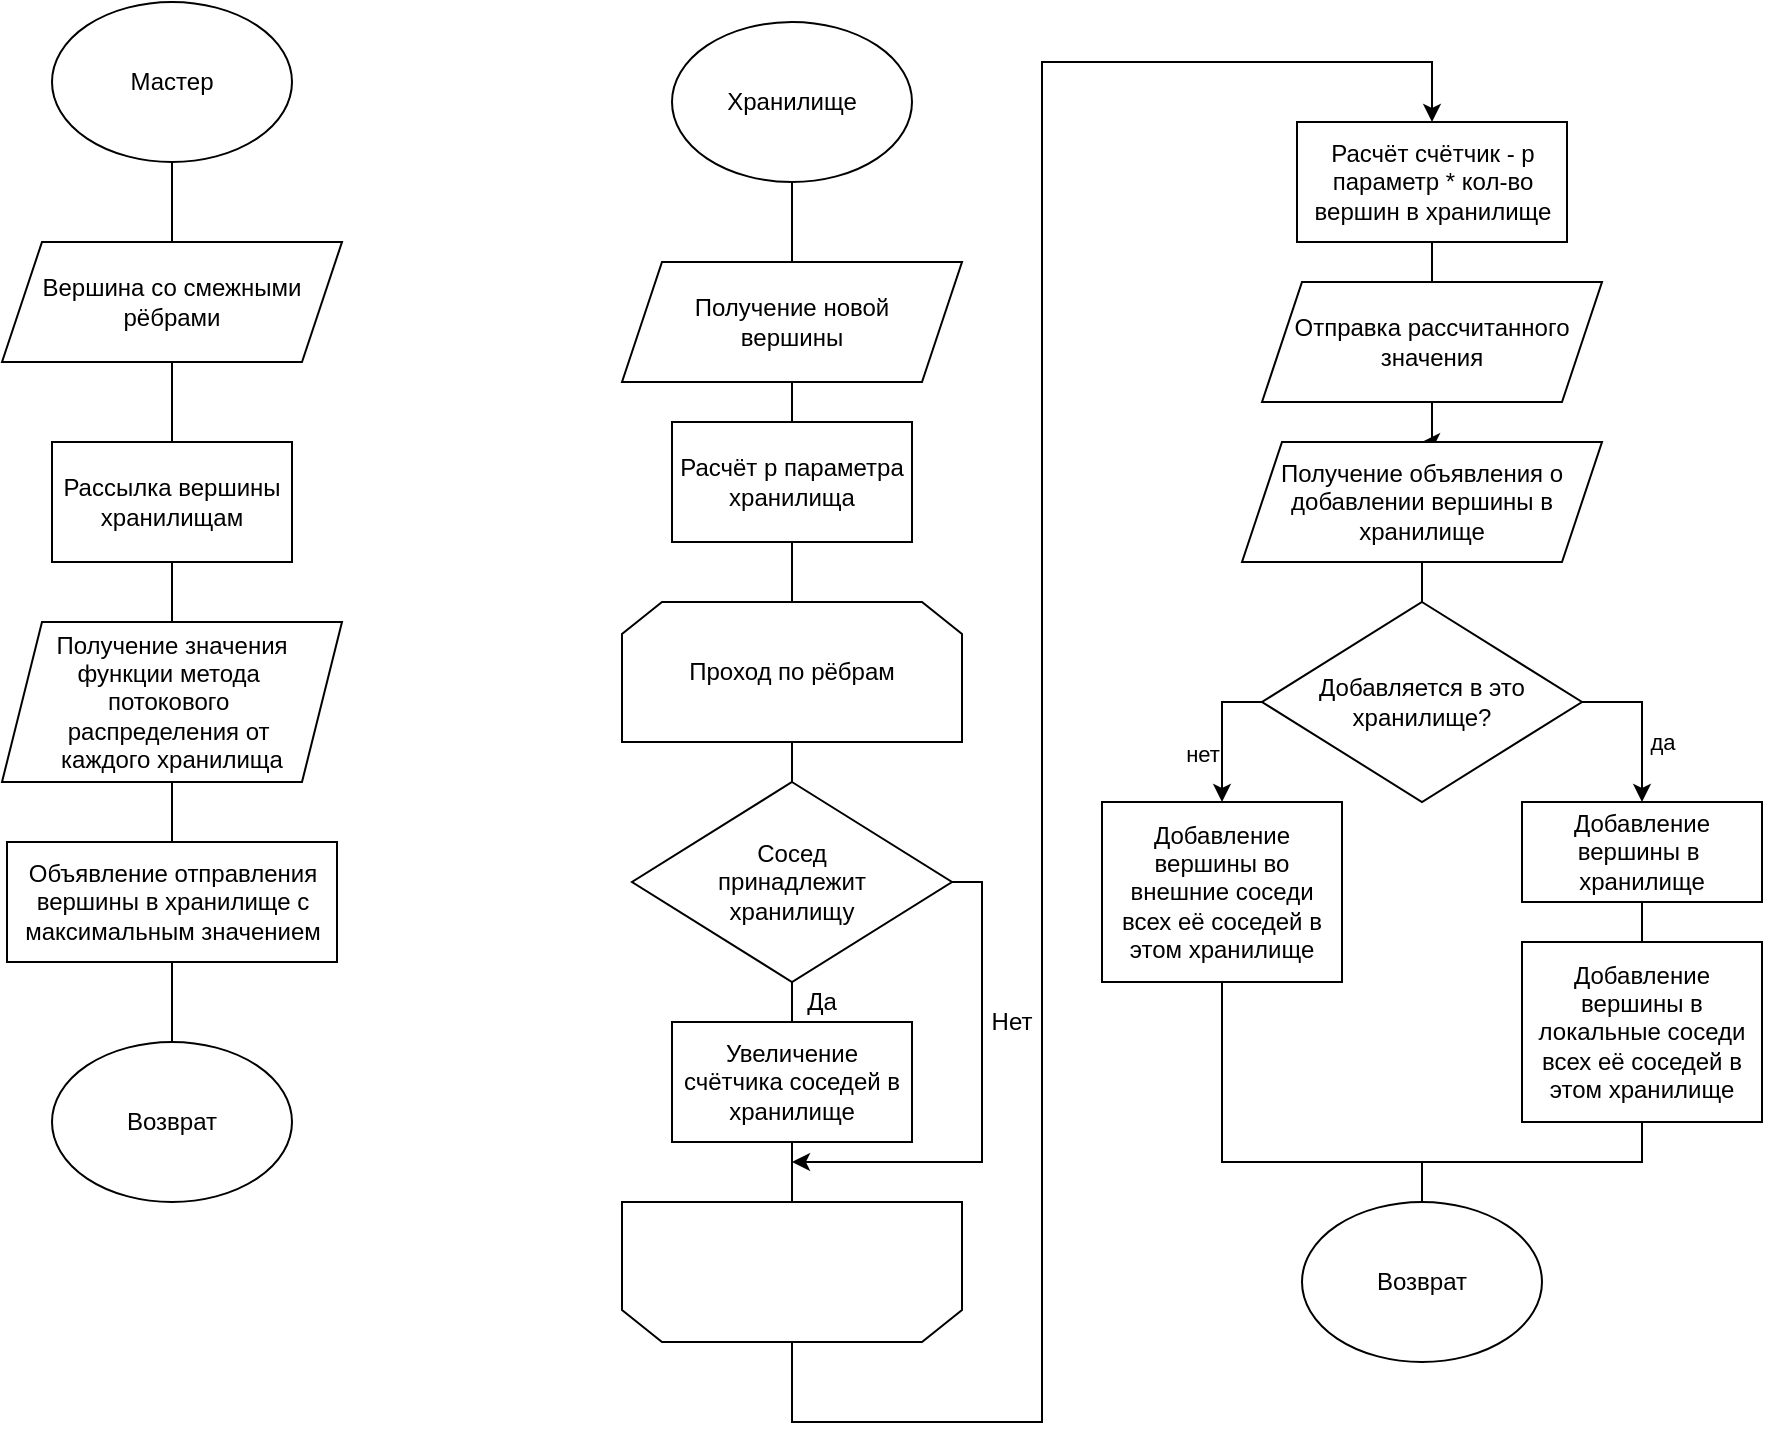
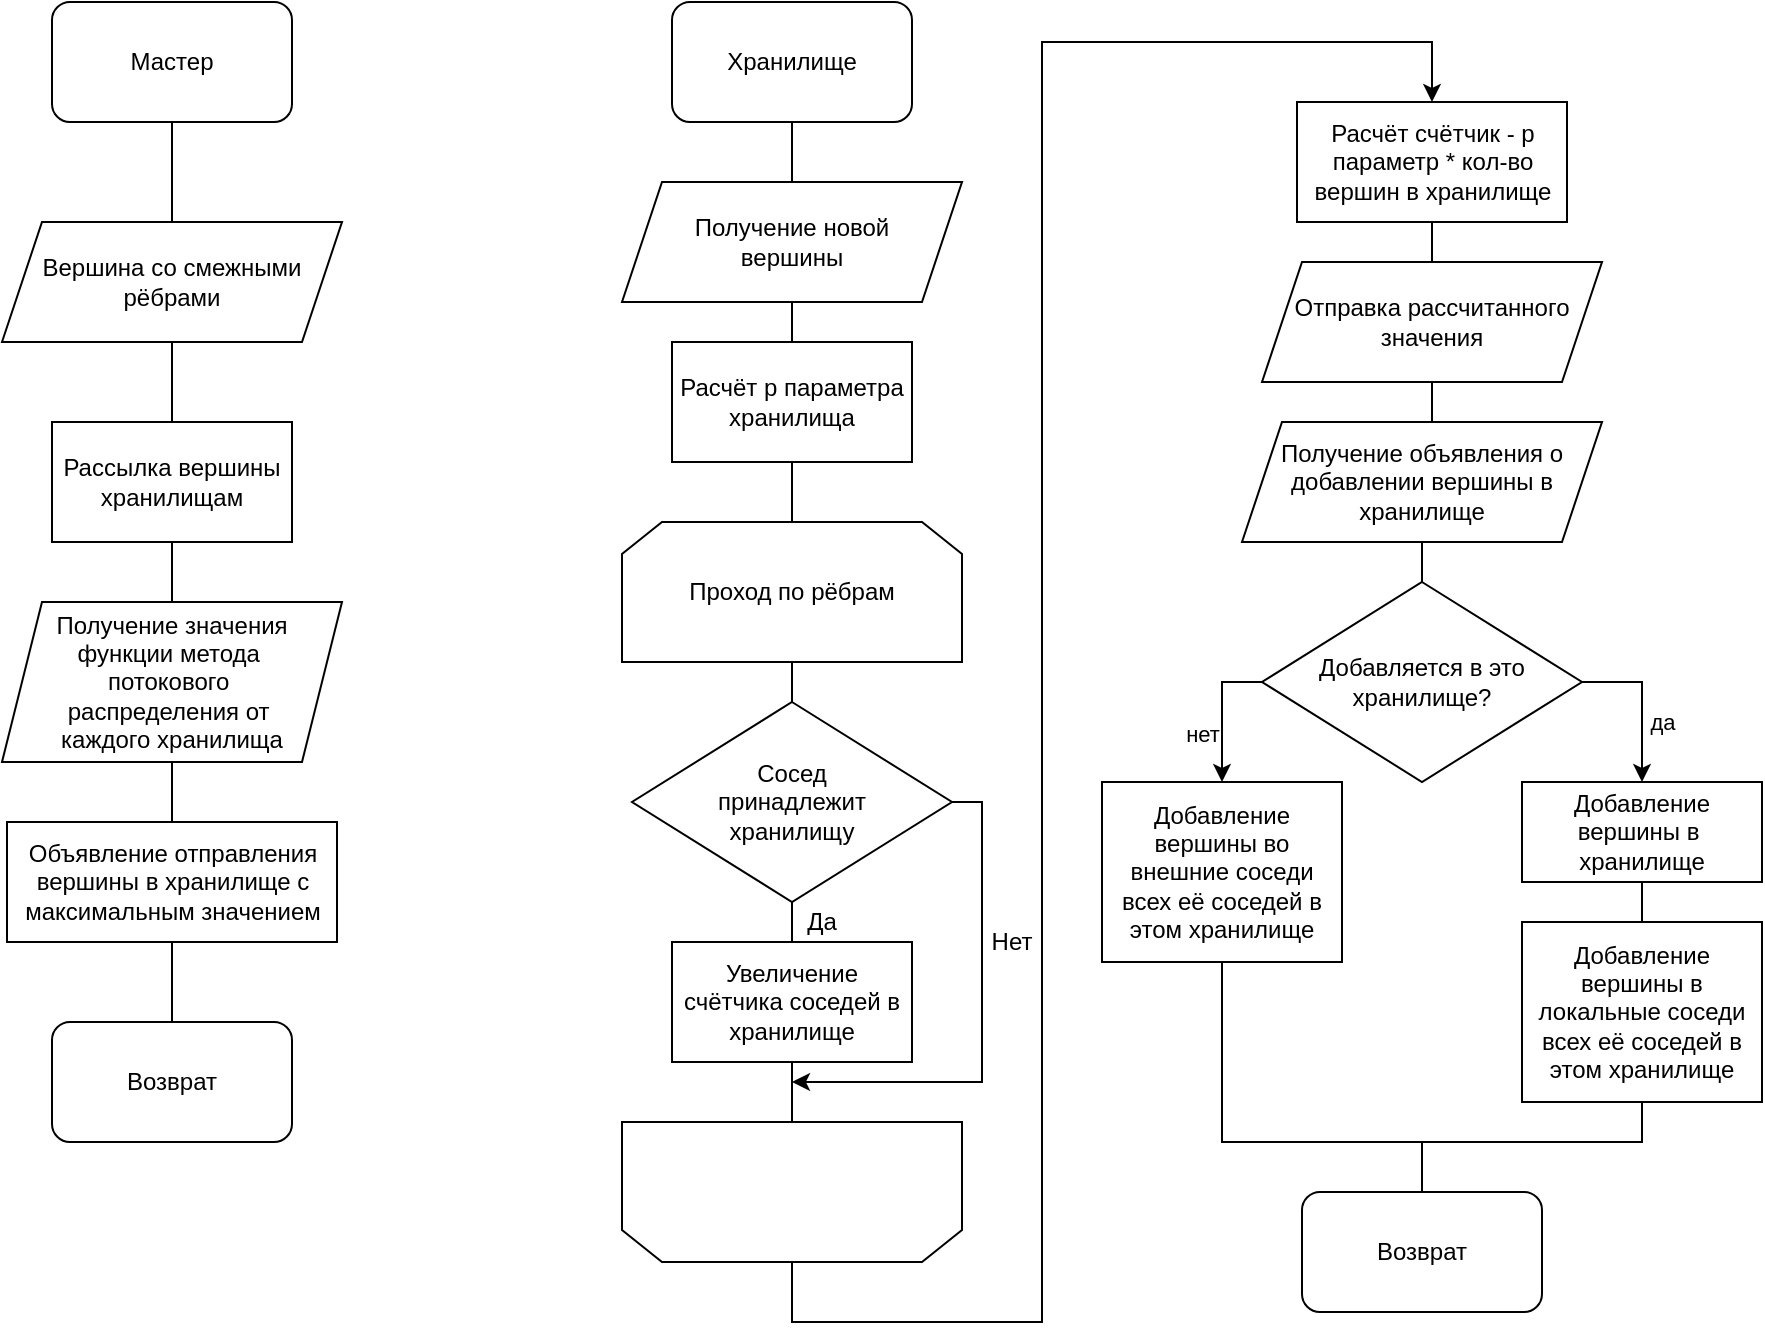
<mxfile host="Electron" agent="Mozilla/5.0 (X11; Linux x86_64) AppleWebKit/537.36 (KHTML, like Gecko) draw.io/29.3.6 Chrome/140.0.7339.249 Electron/38.8.0 Safari/537.36" version="29.3.6" pages="4">
  <diagram name="Fennel" id="-lvFaBhQ1HCBBLHgXXwi">
-     <mxGraphModel dx="1181" dy="687" grid="1" gridSize="10" guides="1" tooltips="1" connect="1" arrows="1" fold="1" page="1" pageScale="1" pageWidth="850" pageHeight="1100" math="0" shadow="0">
+     <mxGraphModel dx="1722" dy="1003" grid="1" gridSize="10" guides="1" tooltips="1" connect="1" arrows="1" fold="1" page="1" pageScale="1" pageWidth="850" pageHeight="1100" math="0" shadow="0">
      <root>
        <mxCell id="0" />
        <mxCell id="1" parent="0" />
-         <mxCell id="yrJQJbRU6hMhdS2jpaQv-5" edge="1" parent="1" source="yrJQJbRU6hMhdS2jpaQv-2" style="edgeStyle=orthogonalEdgeStyle;rounded=0;orthogonalLoop=1;jettySize=auto;html=1;endArrow=none;endFill=0;" target="yrJQJbRU6hMhdS2jpaQv-4" value="">
-           <mxGeometry relative="1" as="geometry" />
-         </mxCell>
-         <mxCell id="yrJQJbRU6hMhdS2jpaQv-2" parent="1" style="ellipse;whiteSpace=wrap;html=1;" value="Мастер" vertex="1">
-           <mxGeometry height="80" width="120" x="145" y="70" as="geometry" />
-         </mxCell>
-         <mxCell id="yrJQJbRU6hMhdS2jpaQv-3" parent="1" style="ellipse;whiteSpace=wrap;html=1;" value="Возврат" vertex="1">
-           <mxGeometry height="80" width="120" x="145" y="590" as="geometry" />
+         <mxCell id="yrJQJbRU6hMhdS2jpaQv-5" edge="1" parent="1" source="x16q1bjP5hJ5CHymyLov-1" style="edgeStyle=orthogonalEdgeStyle;rounded=0;orthogonalLoop=1;jettySize=auto;html=1;endArrow=none;endFill=0;" target="yrJQJbRU6hMhdS2jpaQv-4" value="">
+           <mxGeometry relative="1" as="geometry">
+             <mxPoint x="205" y="150" as="sourcePoint" />
+           </mxGeometry>
        </mxCell>
        <mxCell id="yrJQJbRU6hMhdS2jpaQv-7" edge="1" parent="1" source="yrJQJbRU6hMhdS2jpaQv-4" style="edgeStyle=orthogonalEdgeStyle;rounded=0;orthogonalLoop=1;jettySize=auto;html=1;endArrow=none;endFill=0;" target="yrJQJbRU6hMhdS2jpaQv-6" value="">
          <mxGeometry relative="1" as="geometry" />
        </mxCell>
        <mxCell id="yrJQJbRU6hMhdS2jpaQv-4" parent="1" style="shape=parallelogram;perimeter=parallelogramPerimeter;whiteSpace=wrap;html=1;fixedSize=1;" value="Вершина со смежными рёбрами" vertex="1">
          <mxGeometry height="60" width="170" x="120" y="190" as="geometry" />
        </mxCell>
        <mxCell id="yrJQJbRU6hMhdS2jpaQv-9" edge="1" parent="1" source="yrJQJbRU6hMhdS2jpaQv-6" style="edgeStyle=orthogonalEdgeStyle;rounded=0;orthogonalLoop=1;jettySize=auto;html=1;endArrow=none;endFill=0;" target="yrJQJbRU6hMhdS2jpaQv-8" value="">
          <mxGeometry relative="1" as="geometry" />
        </mxCell>
        <mxCell id="yrJQJbRU6hMhdS2jpaQv-6" parent="1" style="rounded=0;whiteSpace=wrap;html=1;" value="Рассылка вершины хранилищам" vertex="1">
          <mxGeometry height="60" width="120" x="145" y="290" as="geometry" />
        </mxCell>
        <mxCell id="yrJQJbRU6hMhdS2jpaQv-11" edge="1" parent="1" source="yrJQJbRU6hMhdS2jpaQv-8" style="edgeStyle=orthogonalEdgeStyle;rounded=0;orthogonalLoop=1;jettySize=auto;html=1;endArrow=none;endFill=0;" target="yrJQJbRU6hMhdS2jpaQv-10" value="">
          <mxGeometry relative="1" as="geometry" />
        </mxCell>
        <mxCell id="yrJQJbRU6hMhdS2jpaQv-8" parent="1" style="shape=parallelogram;perimeter=parallelogramPerimeter;whiteSpace=wrap;html=1;fixedSize=1;" value="Получение значения&lt;div&gt;функции метода&amp;nbsp;&lt;/div&gt;&lt;div&gt;потокового&amp;nbsp;&lt;/div&gt;&lt;div&gt;распределения от&amp;nbsp;&lt;/div&gt;&lt;div&gt;каждого хранилища&lt;/div&gt;" vertex="1">
          <mxGeometry height="80" width="170" x="120" y="380" as="geometry" />
        </mxCell>
-         <mxCell id="yrJQJbRU6hMhdS2jpaQv-12" edge="1" parent="1" source="yrJQJbRU6hMhdS2jpaQv-10" style="edgeStyle=orthogonalEdgeStyle;rounded=0;orthogonalLoop=1;jettySize=auto;html=1;endArrow=none;endFill=0;" target="yrJQJbRU6hMhdS2jpaQv-3" value="">
-           <mxGeometry relative="1" as="geometry" />
+         <mxCell id="yrJQJbRU6hMhdS2jpaQv-12" edge="1" parent="1" source="yrJQJbRU6hMhdS2jpaQv-10" style="edgeStyle=orthogonalEdgeStyle;rounded=0;orthogonalLoop=1;jettySize=auto;html=1;endArrow=none;endFill=0;" target="x16q1bjP5hJ5CHymyLov-3" value="">
+           <mxGeometry relative="1" as="geometry">
+             <mxPoint x="205" y="590" as="targetPoint" />
+           </mxGeometry>
        </mxCell>
        <mxCell id="yrJQJbRU6hMhdS2jpaQv-10" parent="1" style="rounded=0;whiteSpace=wrap;html=1;" value="Объявление отправления вершины в хранилище с максимальным значением" vertex="1">
          <mxGeometry height="60" width="165" x="122.5" y="490" as="geometry" />
        </mxCell>
-         <mxCell id="yrJQJbRU6hMhdS2jpaQv-14" edge="1" parent="1" source="yrJQJbRU6hMhdS2jpaQv-15" style="edgeStyle=orthogonalEdgeStyle;rounded=0;orthogonalLoop=1;jettySize=auto;html=1;endArrow=none;endFill=0;" target="yrJQJbRU6hMhdS2jpaQv-18" value="">
-           <mxGeometry relative="1" as="geometry" />
-         </mxCell>
-         <mxCell id="yrJQJbRU6hMhdS2jpaQv-15" parent="1" style="ellipse;whiteSpace=wrap;html=1;" value="Хранилище" vertex="1">
-           <mxGeometry height="80" width="120" x="455" y="80" as="geometry" />
-         </mxCell>
-         <mxCell id="yrJQJbRU6hMhdS2jpaQv-16" parent="1" style="ellipse;whiteSpace=wrap;html=1;" value="Возврат" vertex="1">
-           <mxGeometry height="80" width="120" x="770" y="670" as="geometry" />
+         <mxCell id="yrJQJbRU6hMhdS2jpaQv-14" edge="1" parent="1" source="x16q1bjP5hJ5CHymyLov-5" style="edgeStyle=orthogonalEdgeStyle;rounded=0;orthogonalLoop=1;jettySize=auto;html=1;endArrow=none;endFill=0;" target="yrJQJbRU6hMhdS2jpaQv-18" value="">
+           <mxGeometry relative="1" as="geometry">
+             <mxPoint x="515" y="130" as="sourcePoint" />
+           </mxGeometry>
        </mxCell>
        <mxCell id="yrJQJbRU6hMhdS2jpaQv-27" edge="1" parent="1" source="yrJQJbRU6hMhdS2jpaQv-30" style="edgeStyle=orthogonalEdgeStyle;rounded=0;orthogonalLoop=1;jettySize=auto;html=1;endArrow=none;endFill=0;" target="yrJQJbRU6hMhdS2jpaQv-26" value="">
          <mxGeometry relative="1" as="geometry" />
        </mxCell>
        <mxCell id="yrJQJbRU6hMhdS2jpaQv-18" parent="1" style="shape=parallelogram;perimeter=parallelogramPerimeter;whiteSpace=wrap;html=1;fixedSize=1;" value="Получение новой&lt;div&gt;вершины&lt;/div&gt;" vertex="1">
-           <mxGeometry height="60" width="170" x="430" y="200" as="geometry" />
+           <mxGeometry height="60" width="170" x="430" y="170" as="geometry" />
        </mxCell>
        <mxCell id="yrJQJbRU6hMhdS2jpaQv-29" edge="1" parent="1" source="yrJQJbRU6hMhdS2jpaQv-26" style="edgeStyle=orthogonalEdgeStyle;rounded=0;orthogonalLoop=1;jettySize=auto;html=1;endArrow=none;endFill=0;" target="yrJQJbRU6hMhdS2jpaQv-28" value="">
          <mxGeometry relative="1" as="geometry" />
        </mxCell>
        <mxCell id="yrJQJbRU6hMhdS2jpaQv-26" parent="1" style="shape=loopLimit;whiteSpace=wrap;html=1;" value="Проход по рёбрам" vertex="1">
-           <mxGeometry height="70" width="170" x="430" y="370" as="geometry" />
+           <mxGeometry height="70" width="170" x="430" y="340" as="geometry" />
        </mxCell>
        <mxCell id="yrJQJbRU6hMhdS2jpaQv-33" edge="1" parent="1" source="yrJQJbRU6hMhdS2jpaQv-28" style="edgeStyle=orthogonalEdgeStyle;rounded=0;orthogonalLoop=1;jettySize=auto;html=1;endArrow=none;endFill=0;" target="yrJQJbRU6hMhdS2jpaQv-32" value="">
          <mxGeometry relative="1" as="geometry" />
        </mxCell>
        <mxCell id="yrJQJbRU6hMhdS2jpaQv-36" edge="1" parent="1" source="yrJQJbRU6hMhdS2jpaQv-28" style="edgeStyle=orthogonalEdgeStyle;rounded=0;orthogonalLoop=1;jettySize=auto;html=1;">
          <mxGeometry relative="1" as="geometry">
            <Array as="points">
-               <mxPoint x="610" y="510" />
-               <mxPoint x="610" y="650" />
-             </Array>
-             <mxPoint x="515" y="650" as="targetPoint" />
+               <mxPoint x="610" y="480" />
+               <mxPoint x="610" y="620" />
+             </Array>
+             <mxPoint x="515" y="620" as="targetPoint" />
          </mxGeometry>
        </mxCell>
        <mxCell id="yrJQJbRU6hMhdS2jpaQv-28" parent="1" style="rhombus;whiteSpace=wrap;html=1;" value="Сосед&lt;div&gt;принадлежит&lt;/div&gt;&lt;div&gt;хранилищу&lt;/div&gt;" vertex="1">
-           <mxGeometry height="100" width="160" x="435" y="460" as="geometry" />
+           <mxGeometry height="100" width="160" x="435" y="430" as="geometry" />
        </mxCell>
        <mxCell id="yrJQJbRU6hMhdS2jpaQv-31" edge="1" parent="1" source="yrJQJbRU6hMhdS2jpaQv-18" style="edgeStyle=orthogonalEdgeStyle;rounded=0;orthogonalLoop=1;jettySize=auto;html=1;endArrow=none;endFill=0;" target="yrJQJbRU6hMhdS2jpaQv-30" value="">
          <mxGeometry relative="1" as="geometry">
-             <mxPoint x="515" y="260" as="sourcePoint" />
-             <mxPoint x="515" y="370" as="targetPoint" />
+             <mxPoint x="515" y="230" as="sourcePoint" />
+             <mxPoint x="515" y="340" as="targetPoint" />
          </mxGeometry>
        </mxCell>
        <mxCell id="yrJQJbRU6hMhdS2jpaQv-30" parent="1" style="rounded=0;whiteSpace=wrap;html=1;" value="Расчёт p параметра хранилища" vertex="1">
-           <mxGeometry height="60" width="120" x="455" y="280" as="geometry" />
+           <mxGeometry height="60" width="120" x="455" y="250" as="geometry" />
        </mxCell>
        <mxCell id="yrJQJbRU6hMhdS2jpaQv-35" edge="1" parent="1" source="yrJQJbRU6hMhdS2jpaQv-32" style="edgeStyle=orthogonalEdgeStyle;rounded=0;orthogonalLoop=1;jettySize=auto;html=1;endArrow=none;endFill=0;" target="yrJQJbRU6hMhdS2jpaQv-34" value="">
          <mxGeometry relative="1" as="geometry" />
        </mxCell>
        <mxCell id="yrJQJbRU6hMhdS2jpaQv-32" parent="1" style="rounded=0;whiteSpace=wrap;html=1;" value="Увеличение счётчика соседей в хранилище" vertex="1">
-           <mxGeometry height="60" width="120" x="455" y="580" as="geometry" />
+           <mxGeometry height="60" width="120" x="455" y="550" as="geometry" />
        </mxCell>
        <mxCell id="yrJQJbRU6hMhdS2jpaQv-34" parent="1" style="shape=loopLimit;whiteSpace=wrap;html=1;size=20;rotation=-180;" value="" vertex="1">
-           <mxGeometry height="70" width="170" x="430" y="670" as="geometry" />
+           <mxGeometry height="70" width="170" x="430" y="640" as="geometry" />
        </mxCell>
        <mxCell id="yrJQJbRU6hMhdS2jpaQv-38" parent="1" style="text;html=1;whiteSpace=wrap;strokeColor=none;fillColor=none;align=center;verticalAlign=middle;rounded=0;" value="Да" vertex="1">
-           <mxGeometry height="20" width="20" x="520" y="560" as="geometry" />
+           <mxGeometry height="20" width="20" x="520" y="530" as="geometry" />
        </mxCell>
        <mxCell id="yrJQJbRU6hMhdS2jpaQv-39" parent="1" style="text;html=1;whiteSpace=wrap;strokeColor=none;fillColor=none;align=center;verticalAlign=middle;rounded=0;" value="Нет" vertex="1">
-           <mxGeometry height="20" width="30" x="610" y="570" as="geometry" />
+           <mxGeometry height="20" width="30" x="610" y="540" as="geometry" />
        </mxCell>
        <mxCell id="yrJQJbRU6hMhdS2jpaQv-41" edge="1" parent="1" source="yrJQJbRU6hMhdS2jpaQv-34" style="edgeStyle=orthogonalEdgeStyle;rounded=0;orthogonalLoop=1;jettySize=auto;html=1;" target="yrJQJbRU6hMhdS2jpaQv-40" value="">
          <mxGeometry relative="1" as="geometry">
            <Array as="points">
-               <mxPoint x="515" y="780" />
-               <mxPoint x="640" y="780" />
+               <mxPoint x="515" y="740" />
+               <mxPoint x="640" y="740" />
              <mxPoint x="640" y="100" />
              <mxPoint x="835" y="100" />
            </Array>
            <mxPoint x="515" y="740" as="sourcePoint" />
            <mxPoint x="515" y="870" as="targetPoint" />
          </mxGeometry>
        </mxCell>
        <mxCell id="yrJQJbRU6hMhdS2jpaQv-40" parent="1" style="rounded=0;whiteSpace=wrap;html=1;" value="Расчёт счётчик - p параметр * кол-во вершин в хранилище" vertex="1">
          <mxGeometry height="60" width="135" x="767.5" y="130" as="geometry" />
        </mxCell>
        <mxCell id="yrJQJbRU6hMhdS2jpaQv-43" edge="1" parent="1" source="yrJQJbRU6hMhdS2jpaQv-40" style="edgeStyle=orthogonalEdgeStyle;rounded=0;orthogonalLoop=1;jettySize=auto;html=1;endArrow=none;endFill=0;" target="yrJQJbRU6hMhdS2jpaQv-42" value="">
          <mxGeometry relative="1" as="geometry">
            <mxPoint x="835" y="190" as="sourcePoint" />
            <mxPoint x="835" y="330" as="targetPoint" />
          </mxGeometry>
        </mxCell>
        <mxCell id="yrJQJbRU6hMhdS2jpaQv-42" parent="1" style="shape=parallelogram;perimeter=parallelogramPerimeter;whiteSpace=wrap;html=1;fixedSize=1;" value="Отправка рассчитанного значения" vertex="1">
          <mxGeometry height="60" width="170" x="750" y="210" as="geometry" />
        </mxCell>
-         <mxCell id="yrJQJbRU6hMhdS2jpaQv-49" edge="1" parent="1" source="yrJQJbRU6hMhdS2jpaQv-42" style="edgeStyle=orthogonalEdgeStyle;rounded=0;orthogonalLoop=1;jettySize=auto;html=1;" target="yrJQJbRU6hMhdS2jpaQv-48" value="">
+         <mxCell id="yrJQJbRU6hMhdS2jpaQv-49" edge="1" parent="1" source="yrJQJbRU6hMhdS2jpaQv-42" style="edgeStyle=orthogonalEdgeStyle;rounded=0;orthogonalLoop=1;jettySize=auto;html=1;endArrow=none;endFill=0;" target="yrJQJbRU6hMhdS2jpaQv-48" value="">
          <mxGeometry relative="1" as="geometry">
            <mxPoint x="835" y="270" as="sourcePoint" />
            <mxPoint x="835" y="420" as="targetPoint" />
          </mxGeometry>
        </mxCell>
        <mxCell id="yrJQJbRU6hMhdS2jpaQv-48" parent="1" style="shape=parallelogram;perimeter=parallelogramPerimeter;whiteSpace=wrap;html=1;fixedSize=1;" value="Получение объявления о добавлении вершины в хранилище" vertex="1">
          <mxGeometry height="60" width="180" x="740" y="290" as="geometry" />
        </mxCell>
        <mxCell id="yrJQJbRU6hMhdS2jpaQv-51" edge="1" parent="1" source="yrJQJbRU6hMhdS2jpaQv-48" style="edgeStyle=orthogonalEdgeStyle;rounded=0;orthogonalLoop=1;jettySize=auto;html=1;endArrow=none;endFill=0;" target="yrJQJbRU6hMhdS2jpaQv-50" value="">
          <mxGeometry relative="1" as="geometry">
            <mxPoint x="830" y="350" as="sourcePoint" />
            <mxPoint x="830" y="490" as="targetPoint" />
          </mxGeometry>
        </mxCell>
        <mxCell id="yrJQJbRU6hMhdS2jpaQv-55" edge="1" parent="1" source="yrJQJbRU6hMhdS2jpaQv-50" style="edgeStyle=orthogonalEdgeStyle;rounded=0;orthogonalLoop=1;jettySize=auto;html=1;" target="yrJQJbRU6hMhdS2jpaQv-52">
          <mxGeometry relative="1" as="geometry">
            <Array as="points">
              <mxPoint x="730" y="420" />
            </Array>
          </mxGeometry>
        </mxCell>
        <mxCell id="yrJQJbRU6hMhdS2jpaQv-60" connectable="0" parent="yrJQJbRU6hMhdS2jpaQv-55" style="edgeLabel;html=1;align=center;verticalAlign=middle;resizable=0;points=[];" value="нет" vertex="1">
          <mxGeometry relative="1" x="0.3183" y="1" as="geometry">
            <mxPoint x="-11" as="offset" />
          </mxGeometry>
        </mxCell>
        <mxCell id="yrJQJbRU6hMhdS2jpaQv-56" edge="1" parent="1" source="yrJQJbRU6hMhdS2jpaQv-50" style="edgeStyle=orthogonalEdgeStyle;rounded=0;orthogonalLoop=1;jettySize=auto;html=1;" target="yrJQJbRU6hMhdS2jpaQv-54">
          <mxGeometry relative="1" as="geometry">
            <Array as="points">
              <mxPoint x="940" y="420" />
            </Array>
          </mxGeometry>
        </mxCell>
        <mxCell id="yrJQJbRU6hMhdS2jpaQv-61" connectable="0" parent="yrJQJbRU6hMhdS2jpaQv-56" style="edgeLabel;html=1;align=center;verticalAlign=middle;resizable=0;points=[];" value="да" vertex="1">
          <mxGeometry relative="1" x="0.3182" y="1" as="geometry">
            <mxPoint x="9" y="-3" as="offset" />
          </mxGeometry>
        </mxCell>
        <mxCell id="yrJQJbRU6hMhdS2jpaQv-50" parent="1" style="rhombus;whiteSpace=wrap;html=1;" value="Добавляется в это хранилище?" vertex="1">
          <mxGeometry height="100" width="160" x="750" y="370" as="geometry" />
        </mxCell>
-         <mxCell id="yrJQJbRU6hMhdS2jpaQv-59" edge="1" parent="1" source="yrJQJbRU6hMhdS2jpaQv-52" style="edgeStyle=orthogonalEdgeStyle;rounded=0;orthogonalLoop=1;jettySize=auto;html=1;endArrow=none;endFill=0;" target="yrJQJbRU6hMhdS2jpaQv-16">
+         <mxCell id="yrJQJbRU6hMhdS2jpaQv-59" edge="1" parent="1" source="yrJQJbRU6hMhdS2jpaQv-52" style="edgeStyle=orthogonalEdgeStyle;rounded=0;orthogonalLoop=1;jettySize=auto;html=1;endArrow=none;endFill=0;" target="x16q1bjP5hJ5CHymyLov-4">
          <mxGeometry relative="1" as="geometry">
            <Array as="points">
              <mxPoint x="730" y="650" />
              <mxPoint x="830" y="650" />
            </Array>
+             <mxPoint x="830" y="670" as="targetPoint" />
          </mxGeometry>
        </mxCell>
        <mxCell id="yrJQJbRU6hMhdS2jpaQv-52" parent="1" style="rounded=0;whiteSpace=wrap;html=1;" value="Добавление вершины во внешние соседи всех её соседей в этом хранилище" vertex="1">
          <mxGeometry height="90" width="120" x="670" y="470" as="geometry" />
        </mxCell>
-         <mxCell id="yrJQJbRU6hMhdS2jpaQv-58" edge="1" parent="1" source="yrJQJbRU6hMhdS2jpaQv-53" style="edgeStyle=orthogonalEdgeStyle;rounded=0;orthogonalLoop=1;jettySize=auto;html=1;entryX=0.5;entryY=0;entryDx=0;entryDy=0;endArrow=none;endFill=0;" target="yrJQJbRU6hMhdS2jpaQv-16">
+         <mxCell id="yrJQJbRU6hMhdS2jpaQv-58" edge="1" parent="1" source="yrJQJbRU6hMhdS2jpaQv-53" style="edgeStyle=orthogonalEdgeStyle;rounded=0;orthogonalLoop=1;jettySize=auto;html=1;entryX=0.5;entryY=0;entryDx=0;entryDy=0;endArrow=none;endFill=0;" target="x16q1bjP5hJ5CHymyLov-4">
          <mxGeometry relative="1" as="geometry">
            <Array as="points">
              <mxPoint x="940" y="650" />
              <mxPoint x="830" y="650" />
            </Array>
+             <mxPoint x="830" y="670" as="targetPoint" />
          </mxGeometry>
        </mxCell>
        <mxCell id="yrJQJbRU6hMhdS2jpaQv-53" parent="1" style="rounded=0;whiteSpace=wrap;html=1;" value="Добавление вершины в локальные соседи всех её соседей в этом хранилище" vertex="1">
          <mxGeometry height="90" width="120" x="880" y="540" as="geometry" />
        </mxCell>
        <mxCell id="yrJQJbRU6hMhdS2jpaQv-57" edge="1" parent="1" source="yrJQJbRU6hMhdS2jpaQv-54" style="edgeStyle=orthogonalEdgeStyle;rounded=0;orthogonalLoop=1;jettySize=auto;html=1;endArrow=none;endFill=0;" target="yrJQJbRU6hMhdS2jpaQv-53" value="">
          <mxGeometry relative="1" as="geometry" />
        </mxCell>
        <mxCell id="yrJQJbRU6hMhdS2jpaQv-54" parent="1" style="rounded=0;whiteSpace=wrap;html=1;" value="Добавление вершины в&amp;nbsp; хранилище" vertex="1">
          <mxGeometry height="50" width="120" x="880" y="470" as="geometry" />
+         </mxCell>
+         <mxCell id="x16q1bjP5hJ5CHymyLov-1" parent="1" style="rounded=1;whiteSpace=wrap;html=1;" value="Мастер" vertex="1">
+           <mxGeometry height="60" width="120" x="145" y="80" as="geometry" />
+         </mxCell>
+         <mxCell id="x16q1bjP5hJ5CHymyLov-3" parent="1" style="rounded=1;whiteSpace=wrap;html=1;" value="Возврат" vertex="1">
+           <mxGeometry height="60" width="120" x="145" y="590" as="geometry" />
+         </mxCell>
+         <mxCell id="x16q1bjP5hJ5CHymyLov-4" parent="1" style="rounded=1;whiteSpace=wrap;html=1;" value="Возврат" vertex="1">
+           <mxGeometry height="60" width="120" x="770" y="675" as="geometry" />
+         </mxCell>
+         <mxCell id="x16q1bjP5hJ5CHymyLov-5" parent="1" style="rounded=1;whiteSpace=wrap;html=1;" value="Хранилище" vertex="1">
+           <mxGeometry height="60" width="120" x="455" y="80" as="geometry" />
        </mxCell>
      </root>
    </mxGraphModel>
  </diagram>
  <diagram id="AFdBUSo-wU7JPsdofgsX" name="KL">
-     <mxGraphModel dx="2431" dy="1415" grid="1" gridSize="10" guides="1" tooltips="1" connect="1" arrows="1" fold="1" page="1" pageScale="1" pageWidth="850" pageHeight="1100" math="0" shadow="0">
+     <mxGraphModel dx="2066" dy="1203" grid="1" gridSize="10" guides="1" tooltips="1" connect="1" arrows="1" fold="1" page="1" pageScale="1" pageWidth="850" pageHeight="1100" math="0" shadow="0">
      <root>
        <mxCell id="0" />
        <mxCell id="1" parent="0" />
-         <mxCell id="ghDOItCZQycpmSH2Vc80-5" edge="1" parent="1" source="ghDOItCZQycpmSH2Vc80-1" style="edgeStyle=orthogonalEdgeStyle;rounded=0;orthogonalLoop=1;jettySize=auto;html=1;endArrow=none;endFill=0;" target="ghDOItCZQycpmSH2Vc80-4" value="">
-           <mxGeometry relative="1" as="geometry" />
-         </mxCell>
-         <mxCell id="ghDOItCZQycpmSH2Vc80-1" parent="1" style="ellipse;whiteSpace=wrap;html=1;" value="Хранилище" vertex="1">
-           <mxGeometry height="80" width="120" x="200" y="60" as="geometry" />
+         <mxCell id="ghDOItCZQycpmSH2Vc80-5" edge="1" parent="1" source="_XkKh49g3okEEgN4rxsg-4" style="edgeStyle=orthogonalEdgeStyle;rounded=0;orthogonalLoop=1;jettySize=auto;html=1;endArrow=none;endFill=0;" target="ghDOItCZQycpmSH2Vc80-4" value="">
+           <mxGeometry relative="1" as="geometry">
+             <mxPoint x="260" y="140" as="sourcePoint" />
+           </mxGeometry>
        </mxCell>
        <mxCell id="ghDOItCZQycpmSH2Vc80-9" edge="1" parent="1" source="ghDOItCZQycpmSH2Vc80-14" style="edgeStyle=orthogonalEdgeStyle;rounded=0;orthogonalLoop=1;jettySize=auto;html=1;endArrow=none;endFill=0;" target="ghDOItCZQycpmSH2Vc80-8" value="">
          <mxGeometry relative="1" as="geometry" />
        </mxCell>
        <mxCell id="ghDOItCZQycpmSH2Vc80-4" parent="1" style="shape=parallelogram;perimeter=parallelogramPerimeter;whiteSpace=wrap;html=1;fixedSize=1;" value="Рассылка сообщения о блокировании хранилищ на перебалансировку" vertex="1">
          <mxGeometry height="60" width="210" x="155" y="170" as="geometry" />
        </mxCell>
        <mxCell id="ghDOItCZQycpmSH2Vc80-40" edge="1" parent="1" source="ghDOItCZQycpmSH2Vc80-8" style="edgeStyle=orthogonalEdgeStyle;rounded=0;orthogonalLoop=1;jettySize=auto;html=1;endArrow=none;endFill=0;" target="ghDOItCZQycpmSH2Vc80-33" value="">
          <mxGeometry relative="1" as="geometry" />
        </mxCell>
        <mxCell id="ghDOItCZQycpmSH2Vc80-8" parent="1" style="shape=loopLimit;whiteSpace=wrap;html=1;" value="Цикл 1: Итерации пока не останется вершин для перемещения или не будет достигнут лимит итераций" vertex="1">
          <mxGeometry height="80" width="205" x="157.5" y="410" as="geometry" />
        </mxCell>
        <mxCell id="ghDOItCZQycpmSH2Vc80-11" edge="1" parent="1" source="ghDOItCZQycpmSH2Vc80-4" style="edgeStyle=orthogonalEdgeStyle;rounded=0;orthogonalLoop=1;jettySize=auto;html=1;endArrow=none;endFill=0;" target="ghDOItCZQycpmSH2Vc80-10" value="">
          <mxGeometry relative="1" as="geometry">
            <mxPoint x="260" y="230" as="sourcePoint" />
            <mxPoint x="263" y="370" as="targetPoint" />
          </mxGeometry>
        </mxCell>
        <mxCell id="ghDOItCZQycpmSH2Vc80-10" parent="1" style="rounded=0;whiteSpace=wrap;html=1;" value="Определение вершин на границе между хранилищами" vertex="1">
          <mxGeometry height="60" width="146" x="187" y="250" as="geometry" />
        </mxCell>
        <mxCell id="ghDOItCZQycpmSH2Vc80-15" edge="1" parent="1" source="ghDOItCZQycpmSH2Vc80-10" style="edgeStyle=orthogonalEdgeStyle;rounded=0;orthogonalLoop=1;jettySize=auto;html=1;endArrow=none;endFill=0;" target="ghDOItCZQycpmSH2Vc80-14" value="">
          <mxGeometry relative="1" as="geometry">
            <mxPoint x="260" y="310" as="sourcePoint" />
            <mxPoint x="260" y="400" as="targetPoint" />
          </mxGeometry>
        </mxCell>
        <mxCell id="ghDOItCZQycpmSH2Vc80-14" parent="1" style="rounded=0;whiteSpace=wrap;html=1;" value="Расчёт g_v для всех граничных вершин" vertex="1">
          <mxGeometry height="60" width="146" x="187" y="330" as="geometry" />
        </mxCell>
-         <mxCell id="ghDOItCZQycpmSH2Vc80-25" edge="1" parent="1" source="ghDOItCZQycpmSH2Vc80-22" style="edgeStyle=orthogonalEdgeStyle;rounded=0;orthogonalLoop=1;jettySize=auto;html=1;endArrow=none;endFill=0;" target="ghDOItCZQycpmSH2Vc80-24" value="">
-           <mxGeometry relative="1" as="geometry" />
+         <mxCell id="ghDOItCZQycpmSH2Vc80-25" edge="1" parent="1" source="ghDOItCZQycpmSH2Vc80-22" style="edgeStyle=orthogonalEdgeStyle;rounded=0;orthogonalLoop=1;jettySize=auto;html=1;endArrow=none;endFill=0;" target="_XkKh49g3okEEgN4rxsg-3" value="">
+           <mxGeometry relative="1" as="geometry">
+             <mxPoint x="562.5" y="550" as="targetPoint" />
+           </mxGeometry>
        </mxCell>
        <mxCell id="ghDOItCZQycpmSH2Vc80-22" parent="1" style="shape=loopLimit;whiteSpace=wrap;html=1;rotation=-180;" value="" vertex="1">
          <mxGeometry height="40" width="205" x="460" y="480" as="geometry" />
        </mxCell>
-         <mxCell id="ghDOItCZQycpmSH2Vc80-24" parent="1" style="ellipse;whiteSpace=wrap;html=1;" value="Возврат" vertex="1">
-           <mxGeometry height="80" width="120" x="502.5" y="550" as="geometry" />
-         </mxCell>
        <mxCell id="ghDOItCZQycpmSH2Vc80-28" edge="1" parent="1" source="ghDOItCZQycpmSH2Vc80-29" style="edgeStyle=orthogonalEdgeStyle;rounded=0;orthogonalLoop=1;jettySize=auto;html=1;endArrow=none;endFill=0;" target="ghDOItCZQycpmSH2Vc80-31" value="">
          <mxGeometry relative="1" as="geometry" />
        </mxCell>
        <mxCell id="ghDOItCZQycpmSH2Vc80-29" parent="1" style="rounded=0;whiteSpace=wrap;html=1;" value="Перемещение вершины и пометка её как перемещённой" vertex="1">
          <mxGeometry height="60" width="130" x="497.5" y="170" as="geometry" />
        </mxCell>
        <mxCell id="ghDOItCZQycpmSH2Vc80-30" edge="1" parent="1" source="ghDOItCZQycpmSH2Vc80-31" style="edgeStyle=orthogonalEdgeStyle;rounded=0;orthogonalLoop=1;jettySize=auto;html=1;endArrow=none;endFill=0;" target="ghDOItCZQycpmSH2Vc80-32" value="">
          <mxGeometry relative="1" as="geometry" />
        </mxCell>
        <mxCell id="ghDOItCZQycpmSH2Vc80-31" parent="1" style="rounded=0;whiteSpace=wrap;html=1;" value="Обновление списка граничных вершин" vertex="1">
          <mxGeometry height="60" width="130" x="497.5" y="250" as="geometry" />
        </mxCell>
        <mxCell id="ghDOItCZQycpmSH2Vc80-39" edge="1" parent="1" source="ghDOItCZQycpmSH2Vc80-32" style="edgeStyle=orthogonalEdgeStyle;rounded=0;orthogonalLoop=1;jettySize=auto;html=1;endArrow=none;endFill=0;" target="ghDOItCZQycpmSH2Vc80-38" value="">
          <mxGeometry relative="1" as="geometry" />
        </mxCell>
        <mxCell id="ghDOItCZQycpmSH2Vc80-32" parent="1" style="rounded=0;whiteSpace=wrap;html=1;" value="Перерасчёт g_v для связанных с перемещёнными граничными вершинами" vertex="1">
          <mxGeometry height="60" width="155" x="485" y="330" as="geometry" />
        </mxCell>
        <mxCell id="ghDOItCZQycpmSH2Vc80-35" edge="1" parent="1" source="ghDOItCZQycpmSH2Vc80-33" style="edgeStyle=orthogonalEdgeStyle;rounded=0;orthogonalLoop=1;jettySize=auto;html=1;" target="ghDOItCZQycpmSH2Vc80-34" value="">
          <mxGeometry relative="1" as="geometry">
            <Array as="points">
-               <mxPoint x="260" y="660" />
-               <mxPoint x="400" y="660" />
+               <mxPoint x="260" y="620" />
+               <mxPoint x="400" y="620" />
              <mxPoint x="400" y="50" />
              <mxPoint x="563" y="50" />
            </Array>
          </mxGeometry>
        </mxCell>
        <mxCell id="ghDOItCZQycpmSH2Vc80-33" parent="1" style="shape=loopLimit;whiteSpace=wrap;html=1;" value="Цикл 2: Прохождение по всем граничным вершинам" vertex="1">
          <mxGeometry height="80" width="205" x="157.5" y="510" as="geometry" />
        </mxCell>
        <mxCell id="ghDOItCZQycpmSH2Vc80-37" edge="1" parent="1" source="ghDOItCZQycpmSH2Vc80-34" style="edgeStyle=orthogonalEdgeStyle;rounded=0;orthogonalLoop=1;jettySize=auto;html=1;endArrow=none;endFill=0;" target="ghDOItCZQycpmSH2Vc80-29" value="">
          <mxGeometry relative="1" as="geometry" />
        </mxCell>
        <mxCell id="ghDOItCZQycpmSH2Vc80-44" connectable="0" parent="ghDOItCZQycpmSH2Vc80-37" style="edgeLabel;html=1;align=center;verticalAlign=middle;resizable=0;points=[];" value="Да" vertex="1">
          <mxGeometry relative="1" x="1" as="geometry">
            <mxPoint x="-12" y="-10" as="offset" />
          </mxGeometry>
        </mxCell>
        <mxCell id="ghDOItCZQycpmSH2Vc80-43" edge="1" parent="1" source="ghDOItCZQycpmSH2Vc80-34" style="edgeStyle=orthogonalEdgeStyle;rounded=0;orthogonalLoop=1;jettySize=auto;html=1;">
          <mxGeometry relative="1" as="geometry">
            <Array as="points">
              <mxPoint x="462.5" y="110" />
              <mxPoint x="462.5" y="400" />
            </Array>
            <mxPoint x="562.5" y="400" as="targetPoint" />
          </mxGeometry>
        </mxCell>
        <mxCell id="ghDOItCZQycpmSH2Vc80-45" connectable="0" parent="ghDOItCZQycpmSH2Vc80-43" style="edgeLabel;html=1;align=center;verticalAlign=middle;resizable=0;points=[];" value="Нет" vertex="1">
          <mxGeometry relative="1" x="-0.5217" as="geometry">
            <mxPoint x="18" y="-79" as="offset" />
          </mxGeometry>
        </mxCell>
        <mxCell id="ghDOItCZQycpmSH2Vc80-34" parent="1" style="rhombus;whiteSpace=wrap;html=1;" value="g_v вершины положителен" vertex="1">
          <mxGeometry height="80" width="137.5" x="493.75" y="70" as="geometry" />
        </mxCell>
        <mxCell id="ghDOItCZQycpmSH2Vc80-42" edge="1" parent="1" source="ghDOItCZQycpmSH2Vc80-38" style="edgeStyle=orthogonalEdgeStyle;rounded=0;orthogonalLoop=1;jettySize=auto;html=1;endArrow=none;endFill=0;" target="ghDOItCZQycpmSH2Vc80-22">
          <mxGeometry relative="1" as="geometry" />
        </mxCell>
        <mxCell id="ghDOItCZQycpmSH2Vc80-38" parent="1" style="shape=loopLimit;whiteSpace=wrap;html=1;rotation=-180;" value="" vertex="1">
          <mxGeometry height="40" width="205" x="460" y="420" as="geometry" />
        </mxCell>
        <mxCell id="ROOWEym_pkz5i4MfZvqL-1" parent="1" style="text;html=1;whiteSpace=wrap;strokeColor=none;fillColor=none;align=center;verticalAlign=middle;rounded=0;" value="Конец цикла 1" vertex="1">
          <mxGeometry height="30" width="93" x="516" y="485" as="geometry" />
        </mxCell>
        <mxCell id="ROOWEym_pkz5i4MfZvqL-2" parent="1" style="text;html=1;whiteSpace=wrap;strokeColor=none;fillColor=none;align=center;verticalAlign=middle;rounded=0;" value="Конец цикла 2" vertex="1">
          <mxGeometry height="30" width="93" x="516" y="425" as="geometry" />
+         </mxCell>
+         <mxCell id="_XkKh49g3okEEgN4rxsg-3" parent="1" style="rounded=1;whiteSpace=wrap;html=1;" value="Возврат" vertex="1">
+           <mxGeometry height="60" width="120" x="502.5" y="560" as="geometry" />
+         </mxCell>
+         <mxCell id="_XkKh49g3okEEgN4rxsg-4" parent="1" style="rounded=1;whiteSpace=wrap;html=1;" value="Хранилище" vertex="1">
+           <mxGeometry height="60" width="120" x="200" y="80" as="geometry" />
        </mxCell>
      </root>
    </mxGraphModel>
  </diagram>
  <diagram id="1RhSJXWNHz5p1_ODj_tk" name="request">
-     <mxGraphModel dx="1181" dy="687" grid="1" gridSize="10" guides="1" tooltips="1" connect="1" arrows="1" fold="1" page="1" pageScale="1" pageWidth="850" pageHeight="1100" math="0" shadow="0">
+     <mxGraphModel dx="2951" dy="1719" grid="1" gridSize="10" guides="1" tooltips="1" connect="1" arrows="1" fold="1" page="1" pageScale="1" pageWidth="850" pageHeight="1100" math="0" shadow="0">
      <root>
        <mxCell id="0" />
        <mxCell id="1" parent="0" />
-         <mxCell id="KkktWBA9i58HcsGdjGJ0-3" edge="1" parent="1" source="KkktWBA9i58HcsGdjGJ0-1" style="edgeStyle=orthogonalEdgeStyle;rounded=0;orthogonalLoop=1;jettySize=auto;html=1;endArrow=none;endFill=0;" target="KkktWBA9i58HcsGdjGJ0-2" value="">
-           <mxGeometry relative="1" as="geometry" />
-         </mxCell>
-         <mxCell id="KkktWBA9i58HcsGdjGJ0-1" parent="1" style="ellipse;whiteSpace=wrap;html=1;" value="Мастер" vertex="1">
-           <mxGeometry height="80" width="120" x="80" y="130" as="geometry" />
+         <mxCell id="KkktWBA9i58HcsGdjGJ0-3" edge="1" parent="1" source="3vCKtK0ILwRxuWPjnQGF-1" style="edgeStyle=orthogonalEdgeStyle;rounded=0;orthogonalLoop=1;jettySize=auto;html=1;endArrow=none;endFill=0;" target="KkktWBA9i58HcsGdjGJ0-2" value="">
+           <mxGeometry relative="1" as="geometry">
+             <mxPoint x="140" y="210" as="sourcePoint" />
+           </mxGeometry>
        </mxCell>
        <mxCell id="KkktWBA9i58HcsGdjGJ0-5" edge="1" parent="1" source="KkktWBA9i58HcsGdjGJ0-2" style="edgeStyle=orthogonalEdgeStyle;rounded=0;orthogonalLoop=1;jettySize=auto;html=1;endArrow=none;endFill=0;" target="KkktWBA9i58HcsGdjGJ0-4" value="">
          <mxGeometry relative="1" as="geometry" />
        </mxCell>
        <mxCell id="KkktWBA9i58HcsGdjGJ0-2" parent="1" style="shape=parallelogram;perimeter=parallelogramPerimeter;whiteSpace=wrap;html=1;fixedSize=1;" value="Получение&lt;div&gt;начальной&amp;nbsp;&lt;span style=&quot;background-color: transparent; color: light-dark(rgb(0, 0, 0), rgb(255, 255, 255));&quot;&gt;и конечной вершины&lt;/span&gt;&lt;/div&gt;" vertex="1">
          <mxGeometry height="60" width="160" x="60" y="240" as="geometry" />
        </mxCell>
        <mxCell id="KkktWBA9i58HcsGdjGJ0-11" edge="1" parent="1" source="s7uqrPhFMSeB9bkh07x9-60" style="edgeStyle=orthogonalEdgeStyle;rounded=0;orthogonalLoop=1;jettySize=auto;html=1;endArrow=none;endFill=0;" target="KkktWBA9i58HcsGdjGJ0-9" value="">
          <mxGeometry relative="1" as="geometry" />
        </mxCell>
        <mxCell id="KkktWBA9i58HcsGdjGJ0-4" parent="1" style="rounded=0;whiteSpace=wrap;html=1;" value="Запрос данных конечной вершины" vertex="1">
          <mxGeometry height="60" width="120" x="80" y="330" as="geometry" />
        </mxCell>
        <mxCell id="KkktWBA9i58HcsGdjGJ0-13" edge="1" parent="1" source="KkktWBA9i58HcsGdjGJ0-9" style="edgeStyle=orthogonalEdgeStyle;rounded=0;orthogonalLoop=1;jettySize=auto;html=1;endArrow=none;endFill=0;" target="KkktWBA9i58HcsGdjGJ0-12" value="">
          <mxGeometry relative="1" as="geometry" />
        </mxCell>
        <mxCell id="KkktWBA9i58HcsGdjGJ0-9" parent="1" style="shape=parallelogram;perimeter=parallelogramPerimeter;whiteSpace=wrap;html=1;fixedSize=1;" value="Получение&lt;div&gt;&lt;span style=&quot;background-color: transparent; color: light-dark(rgb(0, 0, 0), rgb(255, 255, 255));&quot;&gt;всех фрагментов пути&lt;/span&gt;&lt;/div&gt;&lt;div&gt;&lt;span style=&quot;background-color: transparent; color: light-dark(rgb(0, 0, 0), rgb(255, 255, 255));&quot;&gt;от хранилищ&lt;/span&gt;&lt;/div&gt;" vertex="1">
          <mxGeometry height="60" width="160" x="60" y="565" as="geometry" />
        </mxCell>
        <mxCell id="KkktWBA9i58HcsGdjGJ0-15" edge="1" parent="1" source="KkktWBA9i58HcsGdjGJ0-12" style="edgeStyle=orthogonalEdgeStyle;rounded=0;orthogonalLoop=1;jettySize=auto;html=1;endArrow=none;endFill=0;" target="KkktWBA9i58HcsGdjGJ0-14" value="">
          <mxGeometry relative="1" as="geometry" />
        </mxCell>
        <mxCell id="KkktWBA9i58HcsGdjGJ0-12" parent="1" style="rounded=0;whiteSpace=wrap;html=1;" value="Совмещение фрагментов в&lt;div&gt;целый путь&lt;/div&gt;" vertex="1">
          <mxGeometry height="60" width="120" x="80" y="655" as="geometry" />
        </mxCell>
-         <mxCell id="KkktWBA9i58HcsGdjGJ0-17" edge="1" parent="1" source="KkktWBA9i58HcsGdjGJ0-14" style="edgeStyle=orthogonalEdgeStyle;rounded=0;orthogonalLoop=1;jettySize=auto;html=1;endArrow=none;endFill=0;" target="KkktWBA9i58HcsGdjGJ0-16" value="">
-           <mxGeometry relative="1" as="geometry" />
+         <mxCell id="KkktWBA9i58HcsGdjGJ0-17" edge="1" parent="1" source="KkktWBA9i58HcsGdjGJ0-14" style="edgeStyle=orthogonalEdgeStyle;rounded=0;orthogonalLoop=1;jettySize=auto;html=1;endArrow=none;endFill=0;" target="3vCKtK0ILwRxuWPjnQGF-2" value="">
+           <mxGeometry relative="1" as="geometry">
+             <mxPoint x="140" y="825" as="targetPoint" />
+           </mxGeometry>
        </mxCell>
        <mxCell id="KkktWBA9i58HcsGdjGJ0-14" parent="1" style="rounded=0;whiteSpace=wrap;html=1;" value="Рассылка целого пути" vertex="1">
          <mxGeometry height="60" width="120" x="80" y="735" as="geometry" />
        </mxCell>
-         <mxCell id="KkktWBA9i58HcsGdjGJ0-16" parent="1" style="ellipse;whiteSpace=wrap;html=1;" value="Возврат" vertex="1">
-           <mxGeometry height="80" width="120" x="80" y="825" as="geometry" />
-         </mxCell>
-         <mxCell id="KkktWBA9i58HcsGdjGJ0-20" edge="1" parent="1" source="KkktWBA9i58HcsGdjGJ0-18" style="edgeStyle=orthogonalEdgeStyle;rounded=0;orthogonalLoop=1;jettySize=auto;html=1;endArrow=none;endFill=0;" target="KkktWBA9i58HcsGdjGJ0-19" value="">
-           <mxGeometry relative="1" as="geometry" />
-         </mxCell>
-         <mxCell id="KkktWBA9i58HcsGdjGJ0-18" parent="1" style="ellipse;whiteSpace=wrap;html=1;" value="Хранилище" vertex="1">
-           <mxGeometry height="80" width="120" x="370" y="149.94" as="geometry" />
+         <mxCell id="KkktWBA9i58HcsGdjGJ0-20" edge="1" parent="1" source="3vCKtK0ILwRxuWPjnQGF-4" style="edgeStyle=orthogonalEdgeStyle;rounded=0;orthogonalLoop=1;jettySize=auto;html=1;endArrow=none;endFill=0;" target="KkktWBA9i58HcsGdjGJ0-19" value="">
+           <mxGeometry relative="1" as="geometry">
+             <mxPoint x="430" y="229.94000000000005" as="sourcePoint" />
+           </mxGeometry>
        </mxCell>
        <mxCell id="KkktWBA9i58HcsGdjGJ0-23" edge="1" parent="1" source="KkktWBA9i58HcsGdjGJ0-19" style="edgeStyle=orthogonalEdgeStyle;rounded=0;orthogonalLoop=1;jettySize=auto;html=1;endArrow=none;endFill=0;" target="KkktWBA9i58HcsGdjGJ0-28" value="">
          <mxGeometry relative="1" as="geometry">
            <mxPoint x="430.02857142857147" y="329.9590476190477" as="targetPoint" />
          </mxGeometry>
        </mxCell>
        <mxCell id="KkktWBA9i58HcsGdjGJ0-19" parent="1" style="shape=parallelogram;perimeter=parallelogramPerimeter;whiteSpace=wrap;html=1;fixedSize=1;" value="Получение&lt;div&gt;запроса на поиск пути с данными конечной вершины&lt;/div&gt;" vertex="1">
          <mxGeometry height="60" width="160" x="350" y="249.94" as="geometry" />
        </mxCell>
        <mxCell id="KkktWBA9i58HcsGdjGJ0-31" edge="1" parent="1" source="KkktWBA9i58HcsGdjGJ0-28" style="edgeStyle=orthogonalEdgeStyle;rounded=0;orthogonalLoop=1;jettySize=auto;html=1;endArrow=none;endFill=0;" target="KkktWBA9i58HcsGdjGJ0-30" value="">
          <mxGeometry relative="1" as="geometry" />
        </mxCell>
        <mxCell id="s7uqrPhFMSeB9bkh07x9-62" connectable="0" parent="KkktWBA9i58HcsGdjGJ0-31" style="edgeLabel;html=1;align=center;verticalAlign=middle;resizable=0;points=[];" value="Да" vertex="1">
          <mxGeometry relative="1" x="0.2133" as="geometry">
            <mxPoint x="10" as="offset" />
          </mxGeometry>
        </mxCell>
        <mxCell id="s6gvlr1DT_FVdqPdgLXK-1" edge="1" parent="1" source="KkktWBA9i58HcsGdjGJ0-28" style="edgeStyle=orthogonalEdgeStyle;rounded=0;orthogonalLoop=1;jettySize=auto;html=1;endArrow=classic;endFill=1;" target="s6gvlr1DT_FVdqPdgLXK-3">
          <mxGeometry relative="1" as="geometry">
            <Array as="points">
              <mxPoint x="310" y="379.94" />
              <mxPoint x="310" y="379.94" />
            </Array>
            <mxPoint x="320" y="1219.94" as="targetPoint" />
          </mxGeometry>
        </mxCell>
        <mxCell id="s6gvlr1DT_FVdqPdgLXK-2" connectable="0" parent="s6gvlr1DT_FVdqPdgLXK-1" style="edgeLabel;html=1;align=center;verticalAlign=middle;resizable=0;points=[];" value="Нет" vertex="1">
          <mxGeometry relative="1" x="-0.9353" y="1" as="geometry">
            <mxPoint x="-19" y="-11" as="offset" />
          </mxGeometry>
        </mxCell>
        <mxCell id="KkktWBA9i58HcsGdjGJ0-28" parent="1" style="rhombus;whiteSpace=wrap;html=1;" value="Начальная вершина принадлежит&lt;div&gt;хранилищу?&lt;/div&gt;" vertex="1">
          <mxGeometry height="100" width="180" x="340" y="329.94" as="geometry" />
        </mxCell>
        <mxCell id="s7uqrPhFMSeB9bkh07x9-65" edge="1" parent="1" source="KkktWBA9i58HcsGdjGJ0-30" style="edgeStyle=orthogonalEdgeStyle;rounded=0;orthogonalLoop=1;jettySize=auto;html=1;endArrow=none;endFill=0;" target="s7uqrPhFMSeB9bkh07x9-2" value="">
          <mxGeometry relative="1" as="geometry" />
        </mxCell>
        <mxCell id="KkktWBA9i58HcsGdjGJ0-30" parent="1" style="rounded=0;whiteSpace=wrap;html=1;" value="Поиск фрагментов пути внутри хранилища пока не будет встречена вершина вне хранилища" vertex="1">
          <mxGeometry height="60" width="180" x="340" y="459.94" as="geometry" />
        </mxCell>
        <mxCell id="s7uqrPhFMSeB9bkh07x9-11" edge="1" parent="1" source="KkktWBA9i58HcsGdjGJ0-32" style="edgeStyle=orthogonalEdgeStyle;rounded=0;orthogonalLoop=1;jettySize=auto;html=1;endArrow=none;endFill=0;" target="s7uqrPhFMSeB9bkh07x9-1">
          <mxGeometry relative="1" as="geometry" />
        </mxCell>
        <mxCell id="KkktWBA9i58HcsGdjGJ0-32" parent="1" style="rounded=0;whiteSpace=wrap;html=1;" value="Посылка запроса на поиск пути из вершины вне хранилища до конечной" vertex="1">
          <mxGeometry height="60" width="180" x="340" y="729.94" as="geometry" />
        </mxCell>
        <mxCell id="s7uqrPhFMSeB9bkh07x9-7" edge="1" parent="1" source="s7uqrPhFMSeB9bkh07x9-1" style="edgeStyle=orthogonalEdgeStyle;rounded=0;orthogonalLoop=1;jettySize=auto;html=1;" target="s7uqrPhFMSeB9bkh07x9-6" value="">
          <mxGeometry relative="1" as="geometry">
            <Array as="points">
              <mxPoint x="430" y="899.94" />
              <mxPoint x="540" y="899.94" />
              <mxPoint x="540" y="259.94" />
              <mxPoint x="740" y="259.94" />
            </Array>
          </mxGeometry>
        </mxCell>
        <mxCell id="s7uqrPhFMSeB9bkh07x9-1" parent="1" style="rounded=0;whiteSpace=wrap;html=1;" value="Ожидание поиска следующего фрагмента" vertex="1">
          <mxGeometry height="60" width="180" x="340" y="819.94" as="geometry" />
        </mxCell>
        <mxCell id="s7uqrPhFMSeB9bkh07x9-66" edge="1" parent="1" source="s7uqrPhFMSeB9bkh07x9-2" style="edgeStyle=orthogonalEdgeStyle;rounded=0;orthogonalLoop=1;jettySize=auto;html=1;endArrow=none;endFill=0;" target="s7uqrPhFMSeB9bkh07x9-4" value="">
          <mxGeometry relative="1" as="geometry" />
        </mxCell>
        <mxCell id="s7uqrPhFMSeB9bkh07x9-75" connectable="0" parent="s7uqrPhFMSeB9bkh07x9-66" style="edgeLabel;html=1;align=center;verticalAlign=middle;resizable=0;points=[];" value="Да" vertex="1">
          <mxGeometry relative="1" x="0.2633" y="2" as="geometry">
            <mxPoint x="12" y="5" as="offset" />
          </mxGeometry>
        </mxCell>
        <mxCell id="s7uqrPhFMSeB9bkh07x9-68" edge="1" parent="1" source="s7uqrPhFMSeB9bkh07x9-2" style="edgeStyle=orthogonalEdgeStyle;rounded=0;orthogonalLoop=1;jettySize=auto;html=1;endArrow=classic;endFill=1;" target="s6gvlr1DT_FVdqPdgLXK-6">
          <mxGeometry relative="1" as="geometry">
            <mxPoint x="320" y="659.94" as="targetPoint" />
          </mxGeometry>
        </mxCell>
        <mxCell id="s7uqrPhFMSeB9bkh07x9-74" connectable="0" parent="s7uqrPhFMSeB9bkh07x9-68" style="edgeLabel;html=1;align=center;verticalAlign=middle;resizable=0;points=[];" value="Нет" vertex="1">
          <mxGeometry relative="1" x="-0.8131" y="-1" as="geometry">
            <mxPoint x="-5" y="-14" as="offset" />
          </mxGeometry>
        </mxCell>
        <mxCell id="s7uqrPhFMSeB9bkh07x9-2" parent="1" style="rhombus;whiteSpace=wrap;html=1;" value="Фрагмент найден?" vertex="1">
          <mxGeometry height="50" width="180" x="340" y="549.94" as="geometry" />
        </mxCell>
        <mxCell id="s7uqrPhFMSeB9bkh07x9-67" edge="1" parent="1" source="s7uqrPhFMSeB9bkh07x9-4" style="edgeStyle=orthogonalEdgeStyle;rounded=0;orthogonalLoop=1;jettySize=auto;html=1;endArrow=none;endFill=0;" target="KkktWBA9i58HcsGdjGJ0-32">
          <mxGeometry relative="1" as="geometry" />
        </mxCell>
        <mxCell id="s7uqrPhFMSeB9bkh07x9-76" connectable="0" parent="s7uqrPhFMSeB9bkh07x9-67" style="edgeLabel;html=1;align=center;verticalAlign=middle;resizable=0;points=[];" value="Да" vertex="1">
          <mxGeometry relative="1" x="0.6556" y="-1" as="geometry">
            <mxPoint x="11" y="-12" as="offset" />
          </mxGeometry>
        </mxCell>
        <mxCell id="s6gvlr1DT_FVdqPdgLXK-12" edge="1" parent="1" source="s7uqrPhFMSeB9bkh07x9-4" style="edgeStyle=orthogonalEdgeStyle;rounded=0;orthogonalLoop=1;jettySize=auto;html=1;" target="s6gvlr1DT_FVdqPdgLXK-10">
          <mxGeometry relative="1" as="geometry" />
        </mxCell>
        <mxCell id="s6gvlr1DT_FVdqPdgLXK-13" connectable="0" parent="s6gvlr1DT_FVdqPdgLXK-12" style="edgeLabel;html=1;align=center;verticalAlign=middle;resizable=0;points=[];" value="Нет" vertex="1">
          <mxGeometry relative="1" x="-0.551" y="-1" as="geometry">
            <mxPoint y="-9" as="offset" />
          </mxGeometry>
        </mxCell>
        <mxCell id="s7uqrPhFMSeB9bkh07x9-4" parent="1" style="rhombus;whiteSpace=wrap;html=1;" value="Была ли&lt;div&gt;встречена&amp;nbsp;&lt;span style=&quot;background-color: transparent; color: light-dark(rgb(0, 0, 0), rgb(255, 255, 255));&quot;&gt;вершина вне&lt;/span&gt;&lt;div&gt;хранилища?&lt;/div&gt;&lt;/div&gt;" vertex="1">
          <mxGeometry height="70" width="180" x="340" y="624.9399999999999" as="geometry" />
        </mxCell>
        <mxCell id="s7uqrPhFMSeB9bkh07x9-43" edge="1" parent="1" source="s7uqrPhFMSeB9bkh07x9-6" style="edgeStyle=orthogonalEdgeStyle;rounded=0;orthogonalLoop=1;jettySize=auto;html=1;" target="s7uqrPhFMSeB9bkh07x9-13">
          <mxGeometry relative="1" as="geometry">
            <Array as="points">
              <mxPoint x="630" y="334.94" />
            </Array>
          </mxGeometry>
        </mxCell>
        <mxCell id="s7uqrPhFMSeB9bkh07x9-50" connectable="0" parent="s7uqrPhFMSeB9bkh07x9-43" style="edgeLabel;html=1;align=center;verticalAlign=middle;resizable=0;points=[];" value="Нет" vertex="1">
          <mxGeometry relative="1" x="-0.7218" y="-2" as="geometry">
            <mxPoint x="5" y="-13" as="offset" />
          </mxGeometry>
        </mxCell>
        <mxCell id="s7uqrPhFMSeB9bkh07x9-44" edge="1" parent="1" source="s7uqrPhFMSeB9bkh07x9-6" style="edgeStyle=orthogonalEdgeStyle;rounded=0;orthogonalLoop=1;jettySize=auto;html=1;" target="s7uqrPhFMSeB9bkh07x9-27">
          <mxGeometry relative="1" as="geometry">
            <Array as="points">
              <mxPoint x="850" y="335" />
            </Array>
          </mxGeometry>
        </mxCell>
        <mxCell id="s7uqrPhFMSeB9bkh07x9-51" connectable="0" parent="s7uqrPhFMSeB9bkh07x9-44" style="edgeLabel;html=1;align=center;verticalAlign=middle;resizable=0;points=[];" value="Да" vertex="1">
          <mxGeometry relative="1" x="-0.5893" y="1" as="geometry">
            <mxPoint y="-14" as="offset" />
          </mxGeometry>
        </mxCell>
        <mxCell id="s7uqrPhFMSeB9bkh07x9-6" parent="1" style="rhombus;whiteSpace=wrap;html=1;" value="Следующий&lt;div&gt;фрагмент&lt;div&gt;найден?&lt;/div&gt;&lt;/div&gt;" vertex="1">
          <mxGeometry height="70" width="180" x="650" y="299.94" as="geometry" />
        </mxCell>
-         <mxCell id="s7uqrPhFMSeB9bkh07x9-54" edge="1" parent="1" source="s7uqrPhFMSeB9bkh07x9-13" style="edgeStyle=orthogonalEdgeStyle;rounded=0;orthogonalLoop=1;jettySize=auto;html=1;endArrow=none;endFill=0;" target="s7uqrPhFMSeB9bkh07x9-36">
+         <mxCell id="s7uqrPhFMSeB9bkh07x9-54" edge="1" parent="1" source="s7uqrPhFMSeB9bkh07x9-13" style="edgeStyle=orthogonalEdgeStyle;rounded=0;orthogonalLoop=1;jettySize=auto;html=1;endArrow=none;endFill=0;">
          <mxGeometry relative="1" as="geometry">
            <Array as="points">
              <mxPoint x="630" y="619.94" />
              <mxPoint x="740" y="619.94" />
            </Array>
+             <mxPoint x="740" y="679.94" as="targetPoint" />
          </mxGeometry>
        </mxCell>
        <mxCell id="s7uqrPhFMSeB9bkh07x9-13" parent="1" style="rounded=0;whiteSpace=wrap;html=1;" value="Рассылка, что путь не найден" vertex="1">
          <mxGeometry height="50" width="110" x="580" y="454.94" as="geometry" />
        </mxCell>
-         <mxCell id="s7uqrPhFMSeB9bkh07x9-55" edge="1" parent="1" source="s7uqrPhFMSeB9bkh07x9-79" style="edgeStyle=orthogonalEdgeStyle;rounded=0;orthogonalLoop=1;jettySize=auto;html=1;endArrow=none;endFill=0;" target="s7uqrPhFMSeB9bkh07x9-36">
+         <mxCell id="s7uqrPhFMSeB9bkh07x9-55" edge="1" parent="1" source="s7uqrPhFMSeB9bkh07x9-79" style="edgeStyle=orthogonalEdgeStyle;rounded=0;orthogonalLoop=1;jettySize=auto;html=1;endArrow=none;endFill=0;" target="3vCKtK0ILwRxuWPjnQGF-3">
          <mxGeometry relative="1" as="geometry">
            <Array as="points">
              <mxPoint x="850" y="620" />
              <mxPoint x="740" y="620" />
            </Array>
+             <mxPoint x="740" y="679.94" as="targetPoint" />
          </mxGeometry>
        </mxCell>
        <mxCell id="s7uqrPhFMSeB9bkh07x9-27" parent="1" style="rounded=0;whiteSpace=wrap;html=1;" value="Рассылка найденного фрагмента" vertex="1">
          <mxGeometry height="50" width="110" x="790" y="390" as="geometry" />
        </mxCell>
-         <mxCell id="s7uqrPhFMSeB9bkh07x9-36" parent="1" style="ellipse;whiteSpace=wrap;html=1;" value="Возврат" vertex="1">
-           <mxGeometry height="80" width="120" x="680" y="679.94" as="geometry" />
-         </mxCell>
        <mxCell id="s7uqrPhFMSeB9bkh07x9-59" edge="1" parent="1" source="KkktWBA9i58HcsGdjGJ0-4" style="edgeStyle=orthogonalEdgeStyle;rounded=0;orthogonalLoop=1;jettySize=auto;html=1;endArrow=none;endFill=0;" target="s7uqrPhFMSeB9bkh07x9-58" value="">
          <mxGeometry relative="1" as="geometry">
            <mxPoint x="140" y="390" as="sourcePoint" />
            <mxPoint x="140" y="510" as="targetPoint" />
          </mxGeometry>
        </mxCell>
        <mxCell id="s7uqrPhFMSeB9bkh07x9-58" parent="1" style="shape=parallelogram;perimeter=parallelogramPerimeter;whiteSpace=wrap;html=1;fixedSize=1;" value="Получение&lt;div&gt;данных конечной&lt;/div&gt;&lt;div&gt;вершины&lt;/div&gt;" vertex="1">
          <mxGeometry height="60" width="160" x="60" y="410" as="geometry" />
        </mxCell>
        <mxCell id="s7uqrPhFMSeB9bkh07x9-61" edge="1" parent="1" source="s7uqrPhFMSeB9bkh07x9-58" style="edgeStyle=orthogonalEdgeStyle;rounded=0;orthogonalLoop=1;jettySize=auto;html=1;endArrow=none;endFill=0;" target="s7uqrPhFMSeB9bkh07x9-60" value="">
          <mxGeometry relative="1" as="geometry">
            <mxPoint x="140" y="470" as="sourcePoint" />
            <mxPoint x="140" y="560" as="targetPoint" />
          </mxGeometry>
        </mxCell>
        <mxCell id="s7uqrPhFMSeB9bkh07x9-60" parent="1" style="rounded=0;whiteSpace=wrap;html=1;" value="Рассылка запроса на поиск пути с данными конечной вершины" vertex="1">
          <mxGeometry height="60" width="120" x="80" y="490" as="geometry" />
        </mxCell>
        <mxCell id="s7uqrPhFMSeB9bkh07x9-78" edge="1" parent="1" source="s7uqrPhFMSeB9bkh07x9-27" style="edgeStyle=orthogonalEdgeStyle;rounded=0;orthogonalLoop=1;jettySize=auto;html=1;endArrow=none;endFill=0;" target="s7uqrPhFMSeB9bkh07x9-77" value="">
          <mxGeometry relative="1" as="geometry">
            <Array as="points">
              <mxPoint x="850" y="450" />
              <mxPoint x="850" y="450" />
            </Array>
            <mxPoint x="845" y="450" as="sourcePoint" />
            <mxPoint x="730" y="620" as="targetPoint" />
          </mxGeometry>
        </mxCell>
        <mxCell id="s7uqrPhFMSeB9bkh07x9-77" parent="1" style="rounded=0;whiteSpace=wrap;html=1;" value="Ожидание целого пути" vertex="1">
          <mxGeometry height="40" width="110" x="790" y="460" as="geometry" />
        </mxCell>
        <mxCell id="gmxJl_C1VjGjzA_TtkaB-1" edge="1" parent="1" source="s7uqrPhFMSeB9bkh07x9-77" style="edgeStyle=orthogonalEdgeStyle;rounded=0;orthogonalLoop=1;jettySize=auto;html=1;endArrow=none;endFill=0;" target="s7uqrPhFMSeB9bkh07x9-79" value="">
          <mxGeometry relative="1" as="geometry">
            <Array as="points">
              <mxPoint x="850" y="510" />
              <mxPoint x="850" y="510" />
            </Array>
            <mxPoint x="845" y="500" as="sourcePoint" />
            <mxPoint x="730" y="670" as="targetPoint" />
          </mxGeometry>
        </mxCell>
        <mxCell id="s7uqrPhFMSeB9bkh07x9-79" parent="1" style="rounded=0;whiteSpace=wrap;html=1;" value="Модификация запросных весов вершин найденного пути" vertex="1">
          <mxGeometry height="60" width="110" x="790" y="520" as="geometry" />
        </mxCell>
        <mxCell id="s6gvlr1DT_FVdqPdgLXK-3" parent="1" style="ellipse;whiteSpace=wrap;html=1;aspect=fixed;" value="А" vertex="1">
          <mxGeometry height="40" width="40" x="260" y="359.94" as="geometry" />
        </mxCell>
        <mxCell id="s6gvlr1DT_FVdqPdgLXK-5" edge="1" parent="1" source="s6gvlr1DT_FVdqPdgLXK-4" style="edgeStyle=orthogonalEdgeStyle;rounded=0;orthogonalLoop=1;jettySize=auto;html=1;">
          <mxGeometry relative="1" as="geometry">
            <Array as="points">
              <mxPoint x="670" y="640" />
              <mxPoint x="670" y="640" />
            </Array>
            <mxPoint x="740" y="640" as="targetPoint" />
          </mxGeometry>
        </mxCell>
        <mxCell id="s6gvlr1DT_FVdqPdgLXK-4" parent="1" style="ellipse;whiteSpace=wrap;html=1;aspect=fixed;" value="А" vertex="1">
          <mxGeometry height="40" width="40" x="570" y="620" as="geometry" />
        </mxCell>
        <mxCell id="s6gvlr1DT_FVdqPdgLXK-6" parent="1" style="ellipse;whiteSpace=wrap;html=1;aspect=fixed;" value="Б" vertex="1">
          <mxGeometry height="40" width="40" x="270" y="554.94" as="geometry" />
        </mxCell>
        <mxCell id="s6gvlr1DT_FVdqPdgLXK-8" edge="1" parent="1" source="s6gvlr1DT_FVdqPdgLXK-7" style="edgeStyle=orthogonalEdgeStyle;rounded=0;orthogonalLoop=1;jettySize=auto;html=1;">
          <mxGeometry relative="1" as="geometry">
            <mxPoint x="630" y="399.94" as="targetPoint" />
          </mxGeometry>
        </mxCell>
        <mxCell id="s6gvlr1DT_FVdqPdgLXK-7" parent="1" style="ellipse;whiteSpace=wrap;html=1;aspect=fixed;" value="Б" vertex="1">
          <mxGeometry height="40" width="40" x="570" y="379.94" as="geometry" />
        </mxCell>
        <mxCell id="s6gvlr1DT_FVdqPdgLXK-10" parent="1" style="ellipse;whiteSpace=wrap;html=1;aspect=fixed;" value="В" vertex="1">
          <mxGeometry height="40" width="40" x="270" y="639.94" as="geometry" />
        </mxCell>
        <mxCell id="s6gvlr1DT_FVdqPdgLXK-16" edge="1" parent="1" source="s6gvlr1DT_FVdqPdgLXK-14" style="rounded=0;orthogonalLoop=1;jettySize=auto;html=1;edgeStyle=orthogonalEdgeStyle;">
          <mxGeometry relative="1" as="geometry">
            <mxPoint x="850" y="350" as="targetPoint" />
          </mxGeometry>
        </mxCell>
        <mxCell id="s6gvlr1DT_FVdqPdgLXK-14" parent="1" style="ellipse;whiteSpace=wrap;html=1;aspect=fixed;" value="В" vertex="1">
          <mxGeometry height="40" width="40" x="880" y="329.94" as="geometry" />
+         </mxCell>
+         <mxCell id="3vCKtK0ILwRxuWPjnQGF-1" parent="1" style="rounded=1;whiteSpace=wrap;html=1;" value="Мастер" vertex="1">
+           <mxGeometry height="60" width="120" x="80" y="149.94" as="geometry" />
+         </mxCell>
+         <mxCell id="3vCKtK0ILwRxuWPjnQGF-2" parent="1" style="rounded=1;whiteSpace=wrap;html=1;" value="Возврат" vertex="1">
+           <mxGeometry height="60" width="120" x="80" y="819.94" as="geometry" />
+         </mxCell>
+         <mxCell id="3vCKtK0ILwRxuWPjnQGF-3" parent="1" style="rounded=1;whiteSpace=wrap;html=1;" value="Возврат" vertex="1">
+           <mxGeometry height="60" width="120" x="680" y="679.94" as="geometry" />
+         </mxCell>
+         <mxCell id="3vCKtK0ILwRxuWPjnQGF-4" parent="1" style="rounded=1;whiteSpace=wrap;html=1;" value="Хранилище" vertex="1">
+           <mxGeometry height="60" width="120" x="370" y="160" as="geometry" />
        </mxCell>
      </root>
    </mxGraphModel>
  </diagram>
  <diagram id="VWj1-MUBttgq8X0KklPg" name="nested-dict">
    <mxGraphModel dx="1008" dy="587" grid="1" gridSize="10" guides="1" tooltips="1" connect="1" arrows="1" fold="1" page="1" pageScale="1" pageWidth="850" pageHeight="1100" math="0" shadow="0">
      <root>
        <mxCell id="0" />
        <mxCell id="1" parent="0" />
        <mxCell id="2jiulnBa1Gjw_Hed23ZD-9" parent="1" style="rounded=0;whiteSpace=wrap;html=1;fillColor=none;dashed=1;dashPattern=8 4 1 4;" value="" vertex="1">
          <mxGeometry height="160" width="110" x="120" y="320" as="geometry" />
        </mxCell>
        <mxCell id="2jiulnBa1Gjw_Hed23ZD-17" parent="1" style="rounded=0;whiteSpace=wrap;html=1;fillColor=none;" value="" vertex="1">
          <mxGeometry height="195" width="310" x="260" y="285" as="geometry" />
        </mxCell>
        <mxCell id="2jiulnBa1Gjw_Hed23ZD-3" parent="1" style="text;html=1;whiteSpace=wrap;strokeColor=none;fillColor=none;align=center;verticalAlign=middle;rounded=0;" value="Хранилище 1" vertex="1">
          <mxGeometry height="30" width="90" x="130" y="330" as="geometry" />
        </mxCell>
        <mxCell id="2jiulnBa1Gjw_Hed23ZD-4" parent="1" style="text;html=1;whiteSpace=wrap;strokeColor=none;fillColor=none;align=center;verticalAlign=middle;rounded=0;" value="Хранилище k-1" vertex="1">
          <mxGeometry height="30" width="90" x="130" y="367.5" as="geometry" />
        </mxCell>
        <mxCell id="2jiulnBa1Gjw_Hed23ZD-5" parent="1" style="text;html=1;whiteSpace=wrap;strokeColor=none;fillColor=none;align=center;verticalAlign=middle;rounded=0;" value="Хранилище n" vertex="1">
          <mxGeometry height="30" width="90" x="130" y="440" as="geometry" />
        </mxCell>
        <mxCell id="2jiulnBa1Gjw_Hed23ZD-6" parent="1" style="text;html=1;whiteSpace=wrap;strokeColor=none;fillColor=none;align=center;verticalAlign=middle;rounded=0;" value="Хранилище k+1" vertex="1">
          <mxGeometry height="30" width="90" x="130" y="400" as="geometry" />
        </mxCell>
        <mxCell id="2jiulnBa1Gjw_Hed23ZD-7" edge="1" parent="1" source="2jiulnBa1Gjw_Hed23ZD-4" style="endArrow=none;dashed=1;html=1;dashPattern=1 3;strokeWidth=2;rounded=0;" target="2jiulnBa1Gjw_Hed23ZD-3" value="">
          <mxGeometry height="50" relative="1" width="50" as="geometry">
            <mxPoint x="-60" y="420" as="sourcePoint" />
            <mxPoint x="-10" y="370" as="targetPoint" />
          </mxGeometry>
        </mxCell>
        <mxCell id="2jiulnBa1Gjw_Hed23ZD-8" edge="1" parent="1" source="2jiulnBa1Gjw_Hed23ZD-6" style="endArrow=none;dashed=1;html=1;dashPattern=1 3;strokeWidth=2;rounded=0;" target="2jiulnBa1Gjw_Hed23ZD-5" value="">
          <mxGeometry height="50" relative="1" width="50" as="geometry">
            <mxPoint x="170" y="340" as="sourcePoint" />
            <mxPoint x="170" y="330" as="targetPoint" />
          </mxGeometry>
        </mxCell>
        <mxCell id="2jiulnBa1Gjw_Hed23ZD-10" parent="1" style="rounded=0;whiteSpace=wrap;html=1;dashed=1;fillColor=none;dashPattern=8 4 1 4;" value="" vertex="1">
          <mxGeometry height="140" width="80" x="270" y="330" as="geometry" />
        </mxCell>
        <mxCell id="2jiulnBa1Gjw_Hed23ZD-12" parent="1" style="text;html=1;whiteSpace=wrap;strokeColor=none;fillColor=none;align=center;verticalAlign=middle;rounded=0;" value="Вершина 1" vertex="1">
          <mxGeometry height="30" width="80" x="270" y="330" as="geometry" />
        </mxCell>
        <mxCell id="2jiulnBa1Gjw_Hed23ZD-13" parent="1" style="text;html=1;whiteSpace=wrap;strokeColor=none;fillColor=none;align=center;verticalAlign=middle;rounded=0;" value="Вершина l" vertex="1">
          <mxGeometry height="30" width="80" x="270" y="440" as="geometry" />
        </mxCell>
        <mxCell id="2jiulnBa1Gjw_Hed23ZD-14" edge="1" parent="1" source="2jiulnBa1Gjw_Hed23ZD-13" style="endArrow=none;dashed=1;html=1;dashPattern=1 3;strokeWidth=2;rounded=0;" target="2jiulnBa1Gjw_Hed23ZD-12" value="">
          <mxGeometry height="50" relative="1" width="50" as="geometry">
            <mxPoint x="330" y="450" as="sourcePoint" />
            <mxPoint x="380" y="400" as="targetPoint" />
          </mxGeometry>
        </mxCell>
        <mxCell id="2jiulnBa1Gjw_Hed23ZD-18" parent="1" style="rounded=0;whiteSpace=wrap;html=1;fillColor=none;" value="" vertex="1">
          <mxGeometry height="180" width="190" x="370" y="290" as="geometry" />
        </mxCell>
        <mxCell id="2jiulnBa1Gjw_Hed23ZD-19" parent="1" style="text;html=1;whiteSpace=wrap;strokeColor=none;fillColor=none;align=center;verticalAlign=middle;rounded=0;" value="Вершины хранилища k" vertex="1">
          <mxGeometry height="30" width="80" x="270" y="290" as="geometry" />
        </mxCell>
        <mxCell id="2jiulnBa1Gjw_Hed23ZD-22" parent="1" style="text;html=1;whiteSpace=wrap;strokeColor=none;fillColor=none;align=center;verticalAlign=middle;rounded=0;" value="Вершины, в которые есть исходящие рёбра" vertex="1">
          <mxGeometry height="30" width="110" x="120" y="280" as="geometry" />
        </mxCell>
        <mxCell id="2jiulnBa1Gjw_Hed23ZD-23" parent="1" style="rounded=0;whiteSpace=wrap;html=1;dashed=1;fillColor=none;dashPattern=8 4 1 4;" value="" vertex="1">
          <mxGeometry height="130" width="80" x="380" y="330" as="geometry" />
        </mxCell>
        <mxCell id="2jiulnBa1Gjw_Hed23ZD-24" parent="1" style="text;html=1;whiteSpace=wrap;strokeColor=none;fillColor=none;align=center;verticalAlign=middle;rounded=0;" value="Вершины вне хранилища k" vertex="1">
          <mxGeometry height="30" width="80" x="380" y="290" as="geometry" />
        </mxCell>
        <mxCell id="2jiulnBa1Gjw_Hed23ZD-25" parent="1" style="rounded=0;whiteSpace=wrap;html=1;fillColor=none;" value="" vertex="1">
          <mxGeometry height="130" width="80" x="470" y="330" as="geometry" />
        </mxCell>
        <mxCell id="2jiulnBa1Gjw_Hed23ZD-26" parent="1" style="text;html=1;whiteSpace=wrap;strokeColor=none;fillColor=none;align=center;verticalAlign=middle;rounded=0;" value="Вершина 1" vertex="1">
          <mxGeometry height="30" width="80" x="380" y="330" as="geometry" />
        </mxCell>
        <mxCell id="2jiulnBa1Gjw_Hed23ZD-27" parent="1" style="text;html=1;whiteSpace=wrap;strokeColor=none;fillColor=none;align=center;verticalAlign=middle;rounded=0;" value="Вершина s" vertex="1">
          <mxGeometry height="30" width="80" x="380" y="430" as="geometry" />
        </mxCell>
        <mxCell id="2jiulnBa1Gjw_Hed23ZD-28" edge="1" parent="1" source="2jiulnBa1Gjw_Hed23ZD-27" style="endArrow=none;dashed=1;html=1;dashPattern=1 3;strokeWidth=2;rounded=0;" target="2jiulnBa1Gjw_Hed23ZD-26" value="">
          <mxGeometry height="50" relative="1" width="50" as="geometry">
            <mxPoint x="440" y="440" as="sourcePoint" />
            <mxPoint x="490" y="390" as="targetPoint" />
          </mxGeometry>
        </mxCell>
        <mxCell id="2jiulnBa1Gjw_Hed23ZD-29" parent="1" style="text;html=1;whiteSpace=wrap;strokeColor=none;fillColor=none;align=center;verticalAlign=middle;rounded=0;" value="Рёбра вне хранилища" vertex="1">
          <mxGeometry height="30" width="80" x="470" y="290" as="geometry" />
        </mxCell>
        <mxCell id="2jiulnBa1Gjw_Hed23ZD-30" parent="1" style="text;html=1;whiteSpace=wrap;strokeColor=none;fillColor=none;align=center;verticalAlign=middle;rounded=0;" value="Ребро 1" vertex="1">
          <mxGeometry height="30" width="80" x="470" y="330" as="geometry" />
        </mxCell>
        <mxCell id="2jiulnBa1Gjw_Hed23ZD-31" parent="1" style="text;html=1;whiteSpace=wrap;strokeColor=none;fillColor=none;align=center;verticalAlign=middle;rounded=0;" value="Ребро&amp;nbsp;s" vertex="1">
          <mxGeometry height="30" width="80" x="470" y="430" as="geometry" />
        </mxCell>
        <mxCell id="2jiulnBa1Gjw_Hed23ZD-32" edge="1" parent="1" source="2jiulnBa1Gjw_Hed23ZD-31" style="endArrow=none;dashed=1;html=1;dashPattern=1 3;strokeWidth=2;rounded=0;" target="2jiulnBa1Gjw_Hed23ZD-30" value="">
          <mxGeometry height="50" relative="1" width="50" as="geometry">
            <mxPoint x="530" y="440" as="sourcePoint" />
            <mxPoint x="580" y="390" as="targetPoint" />
          </mxGeometry>
        </mxCell>
        <mxCell id="2jiulnBa1Gjw_Hed23ZD-33" parent="1" style="rounded=0;whiteSpace=wrap;html=1;fillColor=none;dashed=1;dashPattern=8 4 1 4;" value="Ключи" vertex="1">
          <mxGeometry height="30" width="60" x="580" y="285" as="geometry" />
        </mxCell>
        <mxCell id="2jiulnBa1Gjw_Hed23ZD-34" parent="1" style="rounded=0;whiteSpace=wrap;html=1;fillColor=none;" value="Значения" vertex="1">
          <mxGeometry height="30" width="60" x="580" y="330" as="geometry" />
        </mxCell>
      </root>
    </mxGraphModel>
  </diagram>
</mxfile>
